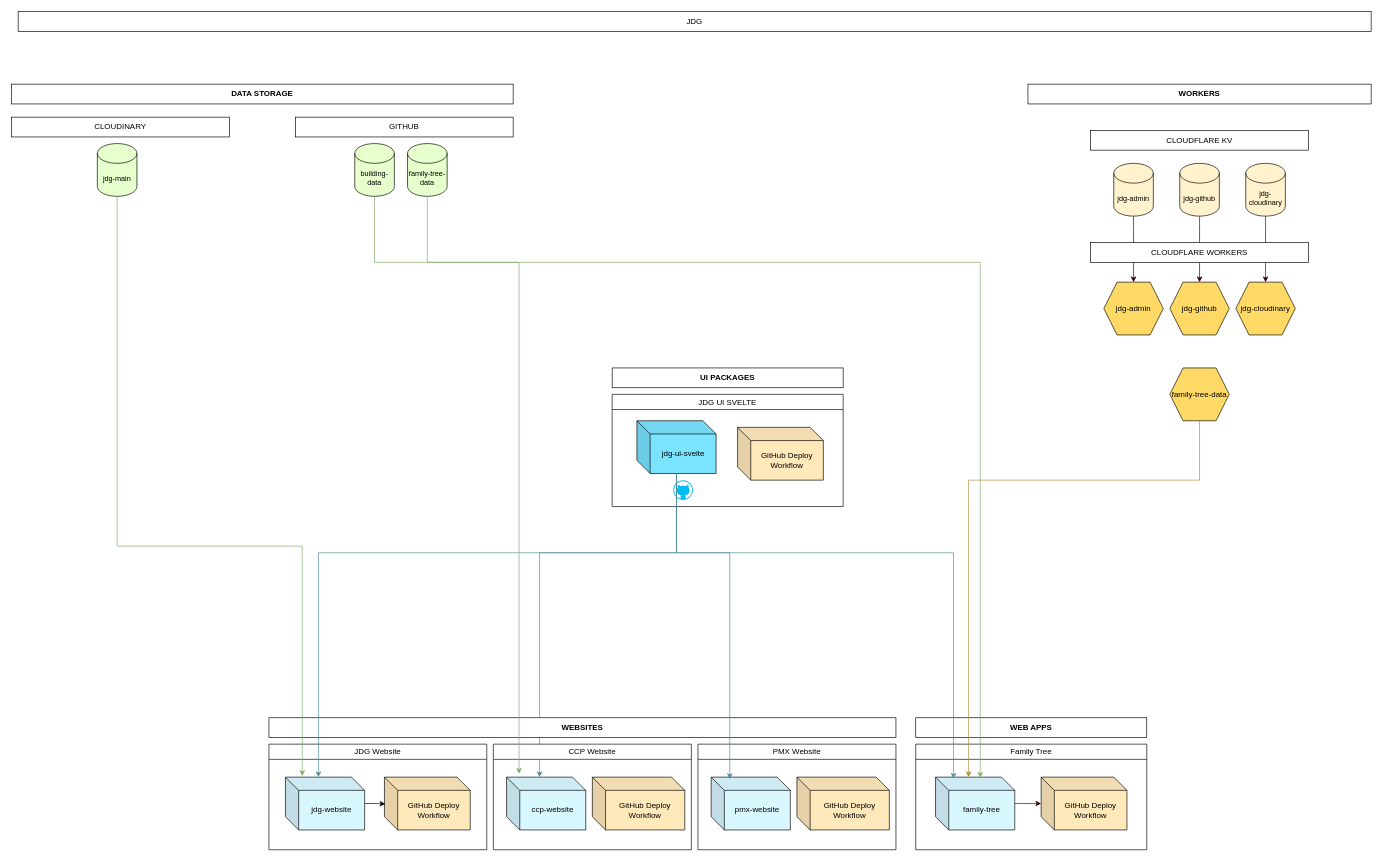
deanstein/jdg-ops keeps this draw.io diagram as JDG Org.drawio. Above is the earlier version. Source tidied: cells renumbered, new cells numbered last; positions are measured from the earlier drawing's top-left corner, leaving out a move shared by most shapes. Both pictures are drawn from the tidied source at 66%, with x=0, y=0 at pixel (11, 11).
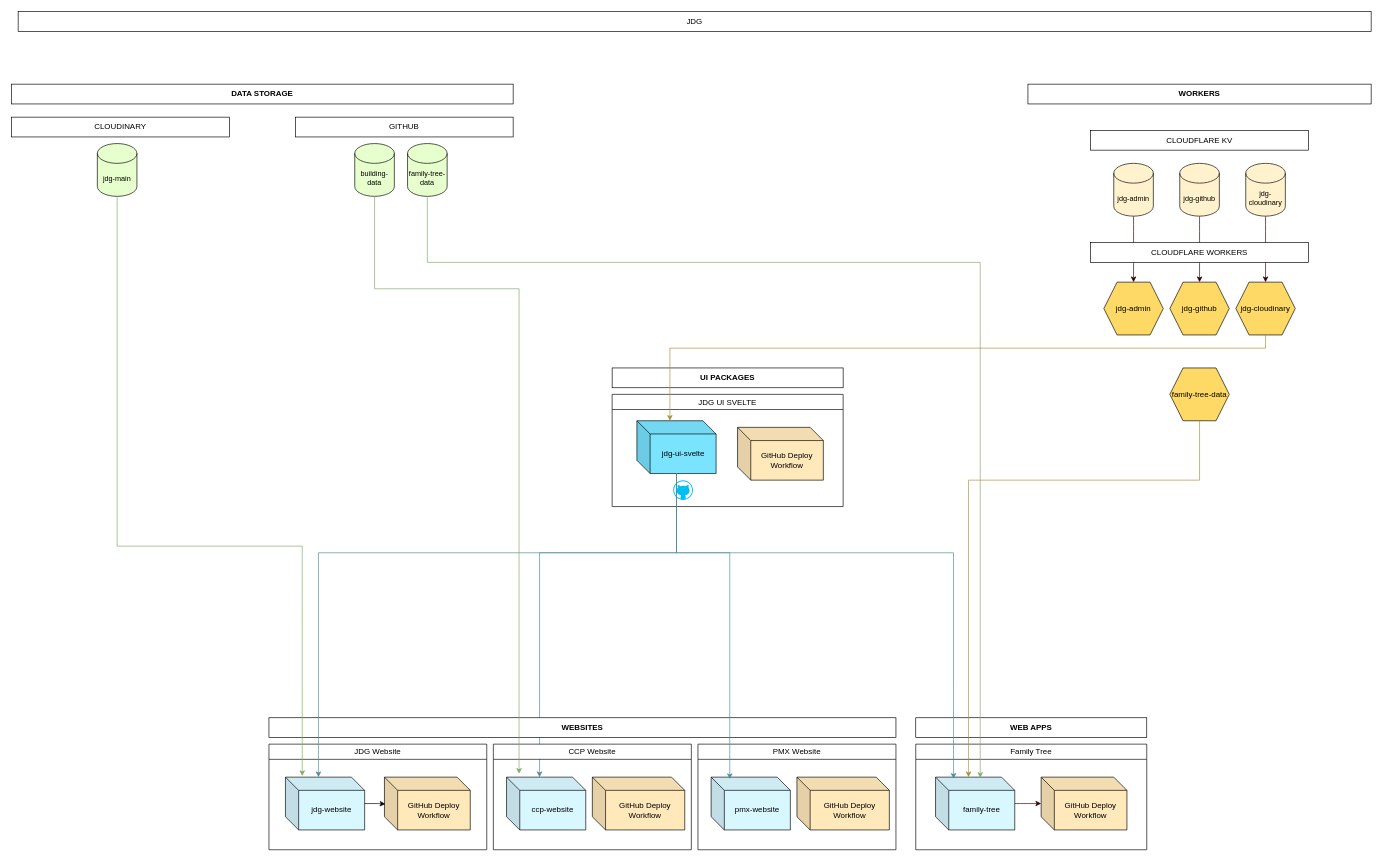
The same page after the edit.

The change refers to these unchanged cells:
```xml
<mxCell id="4" value="jdg-ui-svelte" style="shape=cube;whiteSpace=wrap;html=1;boundedLbl=1;backgroundOutline=1;darkOpacity=0.05;darkOpacity2=0.1;fillColor=#7AE4FF;" parent="1" vertex="1">
  <mxGeometry x="947.5" y="620" width="120" height="80" as="geometry" />
</mxCell>
<mxCell id="14" value="ccp-website" style="shape=cube;whiteSpace=wrap;html=1;boundedLbl=1;backgroundOutline=1;darkOpacity=0.05;darkOpacity2=0.1;fillColor=#D9F7FF;" parent="13" vertex="1">
  <mxGeometry x="20" y="50" width="120" height="80" as="geometry" />
</mxCell>
<mxCell id="27" value="&lt;span style=&quot;font-size: 12px;&quot;&gt;jdg-cloudinary&lt;/span&gt;" style="shape=hexagon;perimeter=hexagonPerimeter2;whiteSpace=wrap;html=1;fixedSize=1;fontFamily=Helvetica;fontSize=11;fontColor=default;labelBackgroundColor=none;fillColor=#FFD966;" parent="1" vertex="1">
  <mxGeometry x="1855" y="410" width="90" height="80" as="geometry" />
</mxCell>
<mxCell id="37" value="building-data" style="shape=cylinder3;whiteSpace=wrap;html=1;boundedLbl=1;backgroundOutline=1;size=15;fontFamily=Helvetica;fontSize=11;fontColor=default;labelBackgroundColor=none;fillColor=#E6FFCC;" parent="1" vertex="1">
  <mxGeometry x="520" y="200" width="60" height="80" as="geometry" />
</mxCell>
```

Change to the diagram source:
```diff
@@
     <mxCell id="47" style="edgeStyle=elbowEdgeStyle;shape=connector;rounded=0;jettySize=auto;html=1;entryX=0.158;entryY=-0.064;entryDx=0;entryDy=0;entryPerimeter=0;strokeColor=#7DAC62;align=center;verticalAlign=middle;fontFamily=Helvetica;fontSize=11;fontColor=default;labelBackgroundColor=default;elbow=vertical;endArrow=classic;" parent="1" edge="1" source="37" target="14">
       <mxGeometry relative="1" as="geometry">
         <Array as="points">
-          <mxPoint x="550" y="380" />
+          <mxPoint x="660" y="420" />
           <mxPoint x="769" y="380" />
         </Array>
       </mxGeometry>
     </mxCell>
@@
+    <mxCell id="51" style="edgeStyle=orthogonalEdgeStyle;shape=connector;rounded=0;jettySize=auto;html=1;entryX=0;entryY=0;entryDx=50;entryDy=0;entryPerimeter=0;strokeColor=light-dark(#ac8e39, #ededed);align=center;verticalAlign=middle;fontFamily=Helvetica;fontSize=11;fontColor=default;labelBackgroundColor=default;elbow=vertical;endArrow=classic;" parent="1" edge="1" source="27" target="4">
+      <mxGeometry relative="1" as="geometry">
+        <Array as="points">
+          <mxPoint x="1900" y="510" />
+          <mxPoint x="998" y="510" />
+        </Array>
+      </mxGeometry>
+    </mxCell>
```
